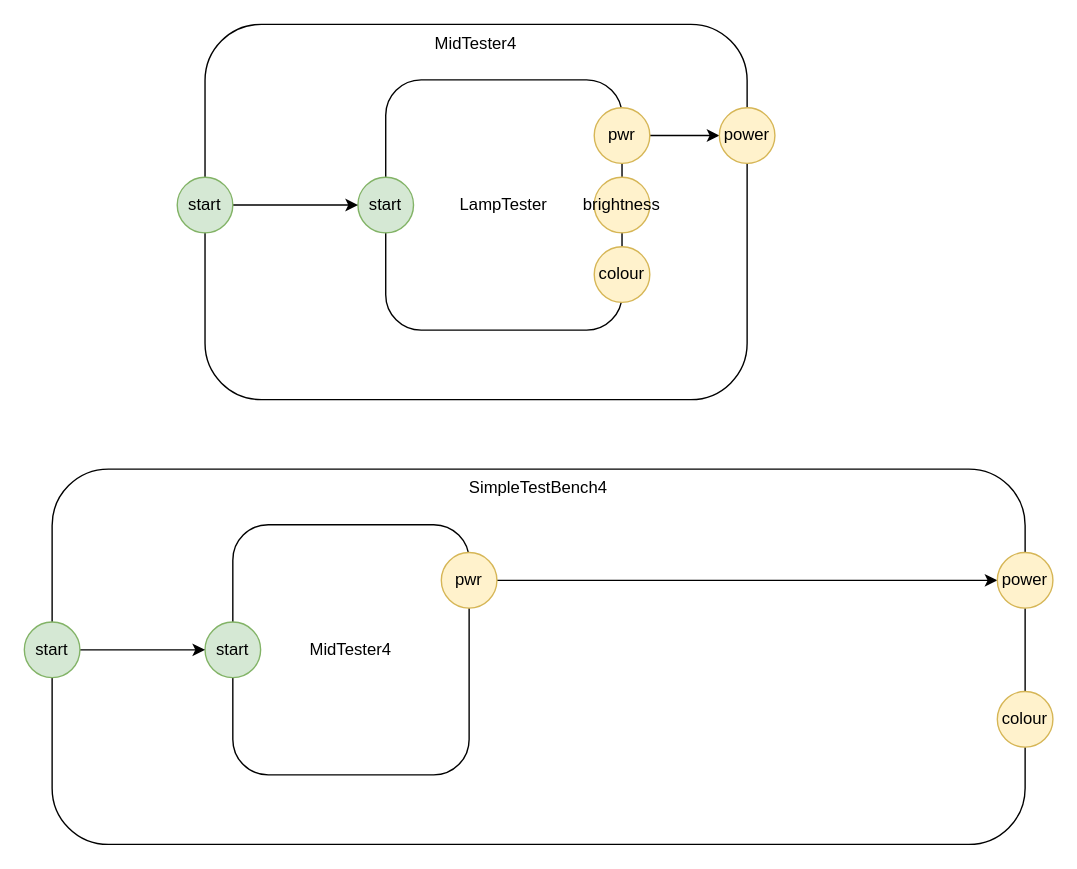
Earlier version of the draw.io diagram page "4 simple Tester" (9 of 11) of hsm.drawio (guitarvydas/hsm). Source tidied: cells renumbered, new cells numbered last; positions are measured from the earlier drawing's top-left corner, leaving out a move shared by most shapes. Both pictures are drawn from the tidied source at 139%, with x=0, y=0 at pixel (24, 24).
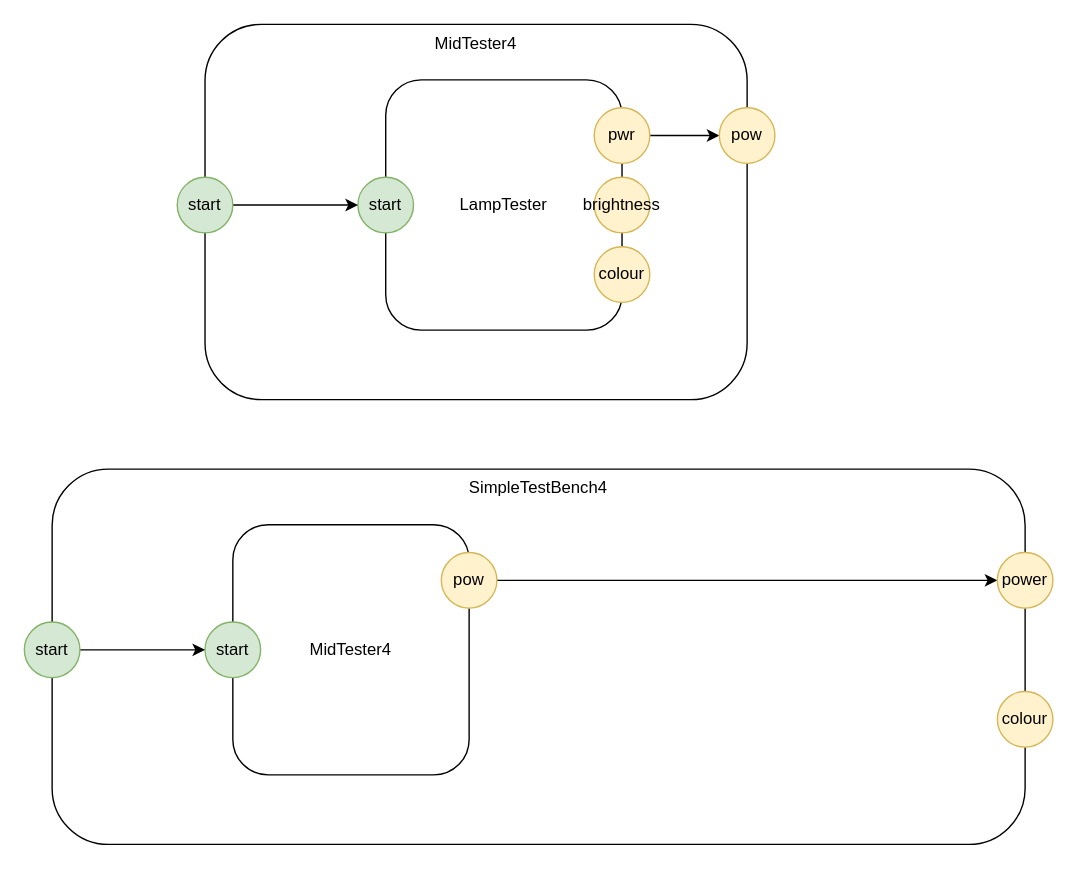
The same page after the edit.

Change to the diagram source:
```diff
@@
-    <mxCell id="5" value="pwr" style="ellipse;whiteSpace=wrap;html=1;fillColor=#fff2cc;strokeColor=#d6b656;" parent="1" vertex="1">
+    <mxCell id="5" value="pow" style="ellipse;whiteSpace=wrap;html=1;fillColor=#fff2cc;strokeColor=#d6b656;" parent="1" vertex="1">
       <mxGeometry x="300" y="380" width="40" height="40" as="geometry" />
     </mxCell>
@@
-    <mxCell id="20" value="power" style="ellipse;whiteSpace=wrap;html=1;fillColor=#fff2cc;strokeColor=#d6b656;" parent="1" vertex="1">
+    <mxCell id="20" value="pow" style="ellipse;whiteSpace=wrap;html=1;fillColor=#fff2cc;strokeColor=#d6b656;" parent="1" vertex="1">
       <mxGeometry x="500" y="60" width="40" height="40" as="geometry" />
     </mxCell>
```
